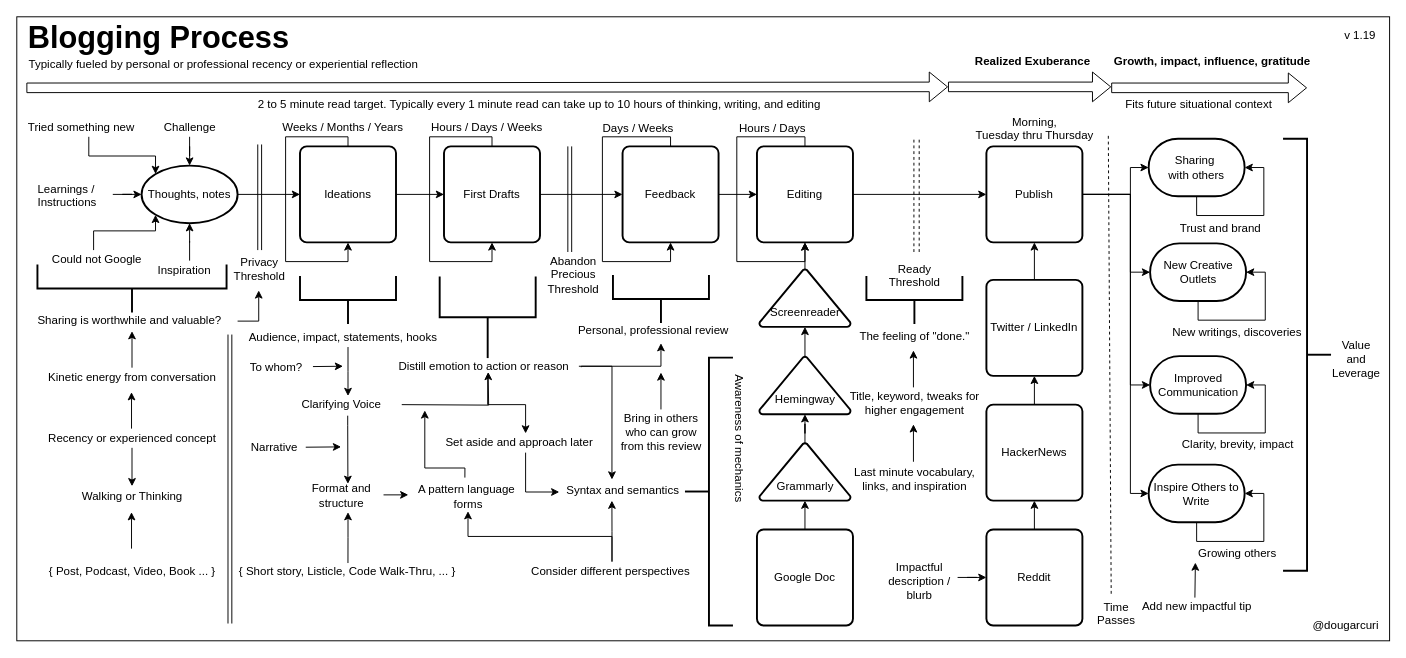
Before: mentoring/diagrams/blogging-process.drawio in solidi/learning-notes, a draw.io diagram. Source tidied: cells renumbered, new cells numbered last; positions are measured from the earlier drawing's top-left corner, leaving out a move shared by most shapes. Both pictures are drawn from the tidied source at 96%, with x=0, y=0 at pixel (16, 16).
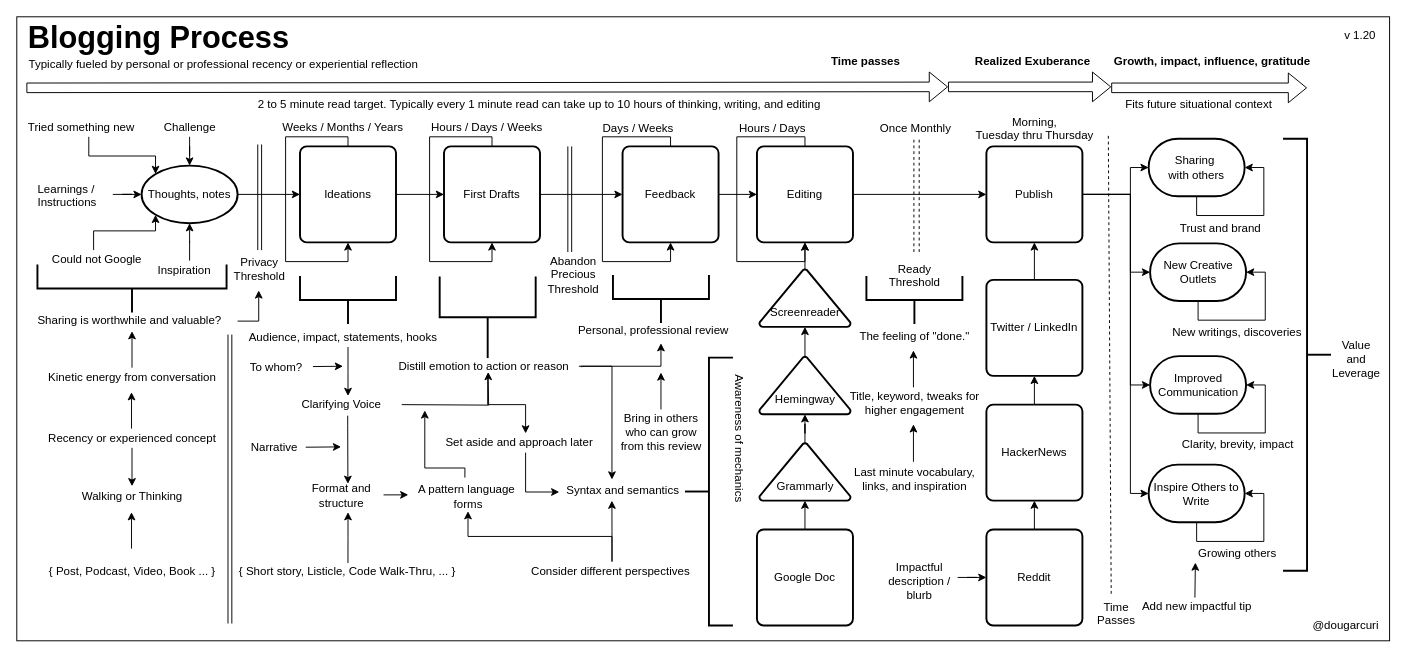
Above is the later version.

Commit message (it also covers changes not shown here):
Updates to blogging process with time notes

Change to the diagram source:
```diff
@@
-    <mxCell id="121" value="v 1.19" style="text;html=1;align=center;verticalAlign=middle;" parent="1" vertex="1">
+    <mxCell id="121" value="v 1.20" style="text;html=1;align=center;verticalAlign=middle;" parent="1" vertex="1">
       <mxGeometry x="1374" y="10" width="50" height="20" as="geometry" />
     </mxCell>
@@
+    <mxCell id="140" value="&lt;b&gt;Time passes&lt;/b&gt;" style="text;html=1;align=center;verticalAlign=middle;labelBackgroundColor=#ffffff;" parent="1" vertex="1">
+      <mxGeometry x="840" y="30" as="geometry">
+        <mxPoint x="43" y="16" as="offset" />
+      </mxGeometry>
+    </mxCell>
+    <mxCell id="141" value="Once Monthly" style="text;html=1;align=center;verticalAlign=middle;labelBackgroundColor=#ffffff;" parent="1" vertex="1">
+      <mxGeometry x="935" y="115" as="geometry" />
+    </mxCell>
```
